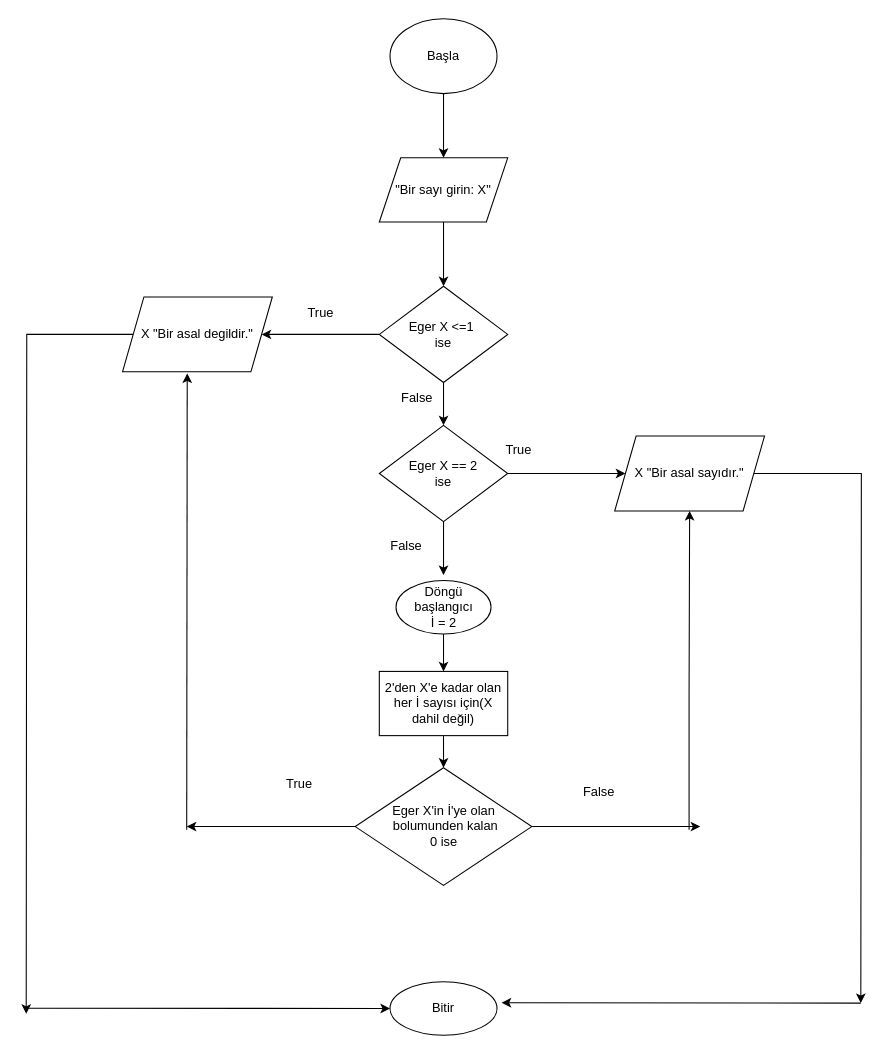
The draw.io diagram primenumber.drawio in susukin0/algorithms101, before the edit. Source tidied: cells renumbered, new cells numbered last; positions are measured from the earlier drawing's top-left corner, leaving out a move shared by most shapes. Both pictures are drawn from the tidied source at 107%, with x=0, y=0 at pixel (26, 18).
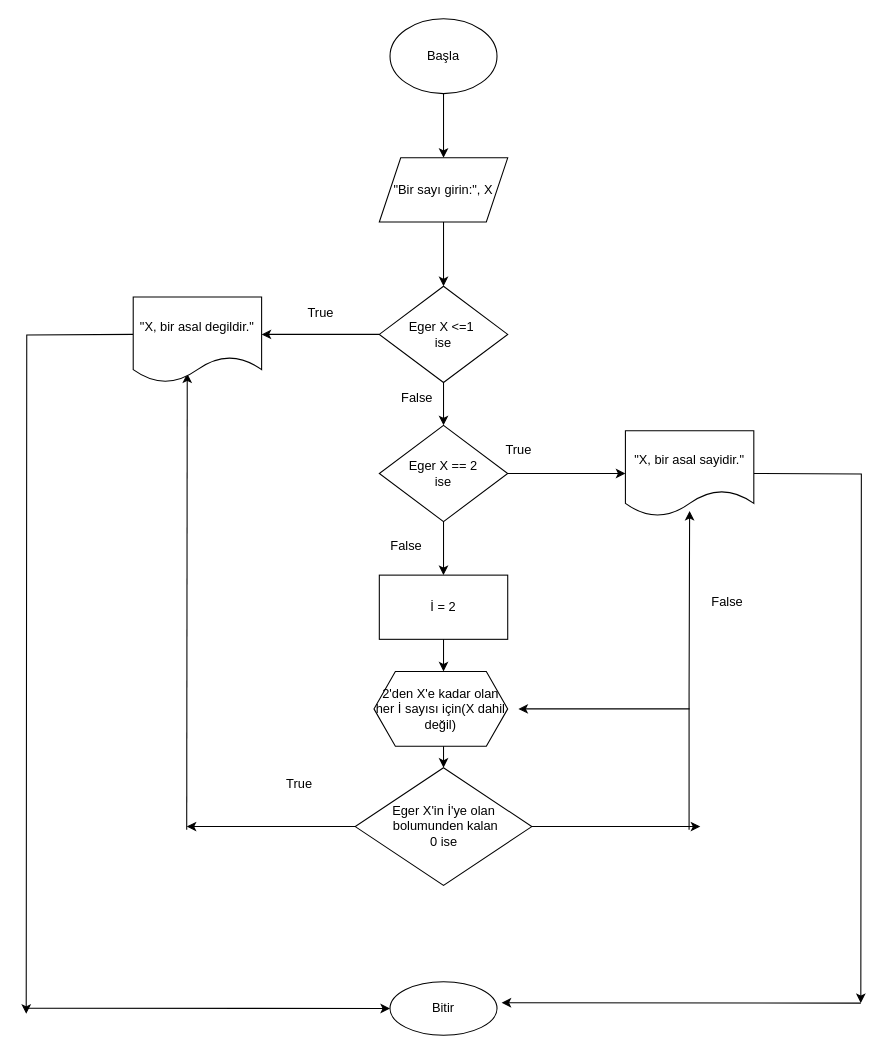
Above is the later version.

Unchanged cells that the change refers to:
```xml
<mxCell id="26" value="&lt;div&gt;Eger X'in İ'ye olan&lt;/div&gt;&lt;div&gt;&amp;nbsp;bolumunden kalan&lt;/div&gt;&lt;div&gt;0 ise&lt;br&gt;&lt;/div&gt;" style="rhombus;whiteSpace=wrap;html=1;" parent="1" vertex="1">
  <mxGeometry x="307.5" y="700" width="165" height="110" as="geometry" />
</mxCell>
```

Diff of the diagram source:
```diff
@@
-    <mxCell id="5" value="&quot;Bir sayı girin: X&quot;" style="shape=parallelogram;perimeter=parallelogramPerimeter;whiteSpace=wrap;html=1;fixedSize=1;" parent="1" vertex="1">
+    <mxCell id="5" value="&quot;Bir sayı girin:&quot;, X" style="shape=parallelogram;perimeter=parallelogramPerimeter;whiteSpace=wrap;html=1;fixedSize=1;" parent="1" vertex="1">
       <mxGeometry x="330" y="130" width="120" height="60" as="geometry" />
     </mxCell>
@@
-    <mxCell id="9" style="edgeStyle=orthogonalEdgeStyle;rounded=0;jettySize=auto;html=1;" parent="1" edge="1" source="10">
+    <mxCell id="9" style="edgeStyle=orthogonalEdgeStyle;rounded=0;orthogonalLoop=1;jettySize=auto;html=1;" parent="1" edge="1">
       <mxGeometry relative="1" as="geometry">
+        <mxPoint x="100" y="295" as="sourcePoint" />
         <mxPoint y="930" as="targetPoint" />
       </mxGeometry>
     </mxCell>
-    <mxCell id="10" value="X &quot;Bir asal degildir.&quot;" style="shape=parallelogram;perimeter=parallelogramPerimeter;whiteSpace=wrap;html=1;fixedSize=1;" parent="1" vertex="1">
-      <mxGeometry x="90" y="260" width="140" height="70" as="geometry" />
-    </mxCell>
@@
-    <mxCell id="16" style="edgeStyle=orthogonalEdgeStyle;rounded=0;jettySize=auto;html=1;" parent="1" edge="1" source="17">
+    <mxCell id="16" style="edgeStyle=orthogonalEdgeStyle;rounded=0;orthogonalLoop=1;jettySize=auto;html=1;" parent="1" edge="1">
       <mxGeometry relative="1" as="geometry">
+        <mxPoint x="680" y="425" as="sourcePoint" />
         <mxPoint x="780" y="920" as="targetPoint" />
       </mxGeometry>
     </mxCell>
-    <mxCell id="17" value="X &quot;Bir asal sayıdır.&quot;" style="shape=parallelogram;perimeter=parallelogramPerimeter;whiteSpace=wrap;html=1;fixedSize=1;" parent="1" vertex="1">
-      <mxGeometry x="550" y="390" width="140" height="70" as="geometry" />
-    </mxCell>
@@
-    <mxCell id="20" style="edgeStyle=orthogonalEdgeStyle;rounded=0;jettySize=auto;html=1;" parent="1" edge="1" source="21">
+    <mxCell id="20" style="edgeStyle=orthogonalEdgeStyle;rounded=0;orthogonalLoop=1;jettySize=auto;html=1;" parent="1" edge="1">
       <mxGeometry relative="1" as="geometry">
+        <mxPoint x="390" y="575" as="sourcePoint" />
         <mxPoint x="390" y="610" as="targetPoint" />
       </mxGeometry>
     </mxCell>
-    <mxCell id="21" value="&lt;div&gt;Döngü başlangıcı&lt;br&gt;&lt;/div&gt;&lt;div&gt;İ = 2&lt;/div&gt;" style="ellipse;whiteSpace=wrap;html=1;" parent="1" vertex="1">
-      <mxGeometry x="345.6" y="525" width="88.8" height="50" as="geometry" />
-    </mxCell>
-    <mxCell id="22" style="edgeStyle=orthogonalEdgeStyle;rounded=0;jettySize=auto;html=1;entryX=0.5;entryY=0;entryDx=0;entryDy=0;" parent="1" edge="1" source="23" target="26">
-      <mxGeometry relative="1" as="geometry" />
+    <mxCell id="22" style="edgeStyle=orthogonalEdgeStyle;rounded=0;jettySize=auto;html=1;entryX=0.5;entryY=0;entryDx=0;entryDy=0;" parent="1" edge="1" target="26">
+      <mxGeometry relative="1" as="geometry">
+        <mxPoint x="390" y="670" as="sourcePoint" />
+      </mxGeometry>
     </mxCell>
-    <mxCell id="23" value="2'den X'e kadar olan her İ sayısı için(X dahil değil)" style="rounded=0;whiteSpace=wrap;html=1;" parent="1" vertex="1">
-      <mxGeometry x="330" y="610" width="120" height="60" as="geometry" />
-    </mxCell>
@@
-    <mxCell id="31" style="endArrow=classic;html=1;rounded=0;entryX=0.432;entryY=1.021;entryDx=0;entryDy=0;entryPerimeter=0;" parent="1" edge="1" target="10">
+    <mxCell id="31" style="endArrow=classic;html=1;rounded=0;entryX=0.432;entryY=1.021;entryDx=0;entryDy=0;entryPerimeter=0;" parent="1" edge="1">
       <mxGeometry relative="1" as="geometry">
         <mxPoint x="150" y="758" as="sourcePoint" />
+        <mxPoint x="150.5" y="331.5" as="targetPoint" />
       </mxGeometry>
     </mxCell>
     <mxCell id="32" value="False" style="text;html=1;align=center;verticalAlign=middle;strokeColor=none;fillColor=none;" parent="1" vertex="1">
-      <mxGeometry x="510" y="708" width="50" height="30" as="geometry" />
+      <mxGeometry x="630" y="530" width="50" height="30" as="geometry" />
     </mxCell>
-    <mxCell id="33" style="edgeStyle=none;jettySize=auto;html=1;rounded=0;entryX=0.5;entryY=1;entryDx=0;entryDy=0;" parent="1" edge="1" target="17">
+    <mxCell id="33" style="edgeStyle=none;orthogonalLoop=1;jettySize=auto;html=1;rounded=0;entryX=0.5;entryY=1;entryDx=0;entryDy=0;" parent="1" edge="1">
       <mxGeometry relative="1" as="geometry">
         <mxPoint x="619.5" y="758" as="sourcePoint" />
+        <mxPoint x="620" y="460" as="targetPoint" />
         <Array as="points">
           <mxPoint x="619.5" y="630" />
         </Array>
       </mxGeometry>
     </mxCell>
+    <mxCell id="34" value="&quot;X, bir asal degildir.&quot;" style="shape=document;whiteSpace=wrap;html=1;boundedLbl=1;" parent="1" vertex="1">
+      <mxGeometry x="100" y="260" width="120" height="80" as="geometry" />
+    </mxCell>
+    <mxCell id="35" value="&quot;X, bir asal sayidir.&quot;" style="shape=document;whiteSpace=wrap;html=1;boundedLbl=1;" parent="1" vertex="1">
+      <mxGeometry x="560" y="385" width="120" height="80" as="geometry" />
+    </mxCell>
+    <mxCell id="36" value="İ = 2" style="rounded=0;whiteSpace=wrap;html=1;" parent="1" vertex="1">
+      <mxGeometry x="330" y="520" width="120" height="60" as="geometry" />
+    </mxCell>
+    <mxCell id="23" value="2'den X'e kadar olan her İ sayısı için(X dahil değil)" style="shape=hexagon;perimeter=hexagonPerimeter2;whiteSpace=wrap;html=1;fixedSize=1;" parent="1" vertex="1">
+      <mxGeometry x="325" y="610" width="125" height="70" as="geometry" />
+    </mxCell>
+    <mxCell id="37" style="endArrow=classic;html=1;rounded=0;" parent="1" edge="1">
+      <mxGeometry relative="1" as="geometry">
+        <mxPoint x="620" y="645" as="sourcePoint" />
+        <mxPoint x="460" y="645" as="targetPoint" />
+      </mxGeometry>
+    </mxCell>
```
